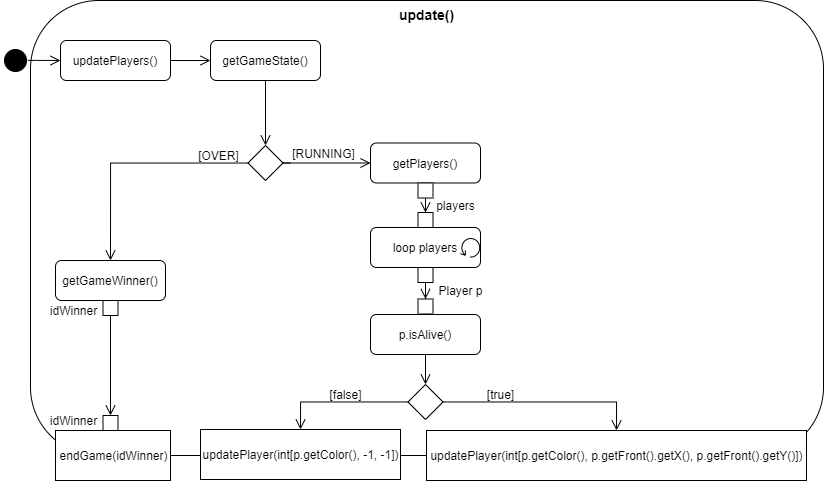
Earlier version of the draw.io export Doku/images/AD_update.png (KjellooMelloo/gameoftrons). Source tidied: cells renumbered, new cells last; positions are measured from the earlier drawing's top-left corner, leaving out a move shared by most shapes.
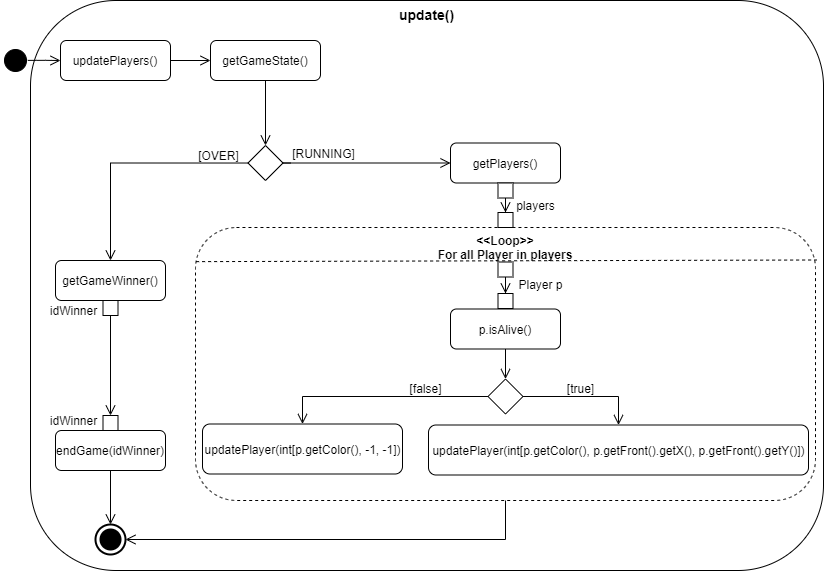
After the change.

Change to the diagram source:
```diff
@@ -3,57 +3,59 @@
     <mxCell id="0" />
     <mxCell id="1" parent="0" />
     <mxCell id="2" value="&lt;b&gt;&lt;font style=&quot;font-size: 14px&quot;&gt;update()&lt;/font&gt;&lt;/b&gt;" style="rounded=1;whiteSpace=wrap;html=1;align=center;verticalAlign=top;" parent="1" vertex="1">
-      <mxGeometry x="30" width="793" height="455" as="geometry" />
+      <mxGeometry x="30" width="793" height="570" as="geometry" />
     </mxCell>
-    <mxCell id="3" style="edgeStyle=orthogonalEdgeStyle;rounded=0;jettySize=auto;html=1;endArrow=open;endFill=0;endSize=8;" parent="1" edge="1" source="4" target="6">
-      <mxGeometry relative="1" as="geometry" />
+    <mxCell id="3" value="&lt;b&gt;&amp;lt;&amp;lt;Loop&amp;gt;&amp;gt;&lt;br&gt;For all Player in players&lt;br&gt;&lt;/b&gt;" style="shape=ext;rounded=1;html=1;whiteSpace=wrap;dashed=1;verticalAlign=top;align=center;" parent="1" vertex="1">
+      <mxGeometry x="195" y="227" width="620" height="273" as="geometry" />
     </mxCell>
-    <mxCell id="4" value="updatePlayers()" style="shape=rect;html=1;rounded=1;whiteSpace=wrap;align=center;" parent="1" vertex="1">
-      <mxGeometry x="60" y="40" width="110" height="40" as="geometry" />
+    <mxCell id="4" style="edgeStyle=orthogonalEdgeStyle;rounded=0;jettySize=auto;html=1;endArrow=open;endFill=0;endSize=8;" parent="1" edge="1" source="5" target="7">
+      <mxGeometry relative="1" as="geometry" />
     </mxCell>
-    <mxCell id="5" style="edgeStyle=orthogonalEdgeStyle;rounded=0;jettySize=auto;html=1;entryX=0.5;entryY=0;entryDx=0;entryDy=0;endArrow=open;endFill=0;endSize=8;strokeColor=#000000;" parent="1" edge="1" source="6" target="11">
-      <mxGeometry relative="1" as="geometry" />
+    <mxCell id="5" value="updatePlayers()" style="shape=rect;html=1;rounded=1;whiteSpace=wrap;align=center;" parent="1" vertex="1">
+      <mxGeometry x="60" y="40" width="110" height="40" as="geometry" />
     </mxCell>
-    <mxCell id="6" value="getGameState()" style="shape=rect;html=1;rounded=1;whiteSpace=wrap;align=center;" parent="1" vertex="1">
-      <mxGeometry x="210" y="40" width="110" height="40" as="geometry" />
+    <mxCell id="6" style="edgeStyle=orthogonalEdgeStyle;rounded=0;jettySize=auto;html=1;entryX=0.5;entryY=0;entryDx=0;entryDy=0;endArrow=open;endFill=0;endSize=8;strokeColor=#000000;" parent="1" edge="1" source="7" target="12">
+      <mxGeometry relative="1" as="geometry" />
     </mxCell>
-    <mxCell id="7" style="ellipse;html=1;shape=startState;fillColor=#000000;strokeColor=#000000;align=center;" parent="1" vertex="1">
-      <mxGeometry y="45" width="30" height="30" as="geometry" />
+    <mxCell id="7" value="getGameState()" style="shape=rect;html=1;rounded=1;whiteSpace=wrap;align=center;" parent="1" vertex="1">
+      <mxGeometry x="210" y="40" width="110" height="40" as="geometry" />
     </mxCell>
-    <mxCell id="8" style="edgeStyle=orthogonalEdgeStyle;html=1;verticalAlign=bottom;endArrow=open;endSize=8;strokeColor=#000000;entryX=0;entryY=0.5;entryDx=0;entryDy=0;exitX=0.909;exitY=0.496;exitDx=0;exitDy=0;exitPerimeter=0;" parent="1" edge="1" source="7" target="4">
-      <mxGeometry relative="1" as="geometry" />
+    <mxCell id="8" style="ellipse;html=1;shape=startState;fillColor=#000000;strokeColor=#000000;align=center;" parent="1" vertex="1">
+      <mxGeometry y="45" width="30" height="30" as="geometry" />
     </mxCell>
-    <mxCell id="9" style="edgeStyle=orthogonalEdgeStyle;rounded=0;jettySize=auto;html=1;entryX=0.5;entryY=0;entryDx=0;entryDy=0;endArrow=open;endFill=0;endSize=8;strokeColor=#000000;" parent="1" edge="1" target="13">
-      <mxGeometry relative="1" as="geometry">
-        <mxPoint x="290" y="162.5" as="sourcePoint" />
-      </mxGeometry>
+    <mxCell id="9" style="edgeStyle=orthogonalEdgeStyle;html=1;verticalAlign=bottom;endArrow=open;endSize=8;strokeColor=#000000;entryX=0;entryY=0.5;entryDx=0;entryDy=0;exitX=0.909;exitY=0.496;exitDx=0;exitDy=0;exitPerimeter=0;" parent="1" edge="1" source="8" target="5">
+      <mxGeometry relative="1" as="geometry" />
     </mxCell>
-    <mxCell id="10" style="edgeStyle=orthogonalEdgeStyle;rounded=0;jettySize=auto;html=1;entryX=0;entryY=0.5;entryDx=0;entryDy=0;endArrow=open;endFill=0;endSize=8;strokeColor=#000000;" parent="1" edge="1" source="11" target="16">
-      <mxGeometry relative="1" as="geometry" />
+    <mxCell id="10" style="edgeStyle=orthogonalEdgeStyle;rounded=0;jettySize=auto;html=1;entryX=0.5;entryY=0;entryDx=0;entryDy=0;endArrow=open;endFill=0;endSize=8;strokeColor=#000000;" parent="1" edge="1" target="14">
+      <mxGeometry relative="1" as="geometry">
+        <mxPoint x="290" y="162.5" as="sourcePoint" />
+      </mxGeometry>
     </mxCell>
-    <mxCell id="11" style="rhombus;whiteSpace=wrap;html=1;strokeColor=#000000;align=center;" parent="1" vertex="1">
-      <mxGeometry x="247.5" y="145" width="35" height="35" as="geometry" />
+    <mxCell id="11" style="edgeStyle=orthogonalEdgeStyle;rounded=0;jettySize=auto;html=1;entryX=0;entryY=0.5;entryDx=0;entryDy=0;endArrow=open;endFill=0;endSize=8;strokeColor=#000000;" parent="1" edge="1" source="12" target="16">
+      <mxGeometry relative="1" as="geometry" />
     </mxCell>
-    <mxCell id="12" style="edgeStyle=orthogonalEdgeStyle;rounded=0;jettySize=auto;html=1;endArrow=open;endFill=0;endSize=8;strokeColor=#000000;exitX=0.5;exitY=1;exitDx=0;exitDy=0;entryX=0.5;entryY=0;entryDx=0;entryDy=0;" parent="1" edge="1" source="27" target="29">
-      <mxGeometry relative="1" as="geometry" />
+    <mxCell id="12" style="rhombus;whiteSpace=wrap;html=1;strokeColor=#000000;align=center;" parent="1" vertex="1">
+      <mxGeometry x="247.5" y="145" width="35" height="35" as="geometry" />
     </mxCell>
-    <mxCell id="13" value="getGameWinner()" style="shape=rect;html=1;rounded=1;whiteSpace=wrap;align=center;" parent="1" vertex="1">
-      <mxGeometry x="55" y="260" width="110" height="40" as="geometry" />
+    <mxCell id="13" style="edgeStyle=orthogonalEdgeStyle;rounded=0;jettySize=auto;html=1;endArrow=open;endFill=0;endSize=8;strokeColor=#000000;exitX=0.5;exitY=1;exitDx=0;exitDy=0;entryX=0.5;entryY=0;entryDx=0;entryDy=0;" parent="1" edge="1" source="27" target="29">
+      <mxGeometry relative="1" as="geometry" />
     </mxCell>
-    <mxCell id="14" value="[OVER]" style="text;html=1;align=center;verticalAlign=middle;points=[];" parent="1" vertex="1">
-      <mxGeometry x="187.5" y="145" width="60" height="20" as="geometry" />
+    <mxCell id="14" value="getGameWinner()" style="shape=rect;html=1;rounded=1;whiteSpace=wrap;align=center;" parent="1" vertex="1">
+      <mxGeometry x="55" y="260" width="110" height="40" as="geometry" />
     </mxCell>
-    <mxCell id="15" value="endGame(idWinner)" style="html=1;dashed=0;whitespace=wrap;strokeColor=#000000;align=center;" parent="1" vertex="1">
-      <mxGeometry x="55" y="430" width="115" height="50" as="geometry" />
+    <mxCell id="15" value="[OVER]" style="text;html=1;align=center;verticalAlign=middle;" parent="1" vertex="1">
+      <mxGeometry x="187.5" y="145" width="60" height="20" as="geometry" />
     </mxCell>
     <mxCell id="16" value="getPlayers()" style="shape=rect;html=1;rounded=1;whiteSpace=wrap;align=center;" parent="1" vertex="1">
-      <mxGeometry x="370" y="142.5" width="110" height="40" as="geometry" />
+      <mxGeometry x="450" y="142.5" width="110" height="40" as="geometry" />
     </mxCell>
-    <mxCell id="17" style="edgeStyle=orthogonalEdgeStyle;rounded=0;jettySize=auto;html=1;endArrow=open;endFill=0;endSize=8;strokeColor=#000000;" parent="1" edge="1" source="18" target="22">
-      <mxGeometry relative="1" as="geometry" />
+    <mxCell id="17" style="edgeStyle=orthogonalEdgeStyle;rounded=0;jettySize=auto;html=1;endArrow=open;endFill=0;endSize=8;strokeColor=#000000;" parent="1" edge="1" source="18">
+      <mxGeometry relative="1" as="geometry">
+        <mxPoint x="505" y="378.5" as="targetPoint" />
+      </mxGeometry>
     </mxCell>
     <mxCell id="18" value="p.isAlive()" style="shape=rect;html=1;rounded=1;whiteSpace=wrap;align=center;" parent="1" vertex="1">
-      <mxGeometry x="370" y="314" width="110" height="40" as="geometry" />
+      <mxGeometry x="450" y="308.5" width="110" height="40" as="geometry" />
     </mxCell>
     <mxCell id="19" value="[RUNNING]" style="text;html=1;align=center;verticalAlign=middle;" parent="1" vertex="1">
       <mxGeometry x="282.5" y="142.5" width="80" height="20" as="geometry" />
@@ -64,24 +66,24 @@
     <mxCell id="21" style="edgeStyle=orthogonalEdgeStyle;rounded=0;jettySize=auto;html=1;entryX=0.5;entryY=0;entryDx=0;entryDy=0;endArrow=open;endFill=0;endSize=8;strokeColor=#000000;" parent="1" edge="1" source="22" target="25">
       <mxGeometry relative="1" as="geometry">
         <Array as="points">
-          <mxPoint x="616" y="401" />
+          <mxPoint x="618" y="395.5" />
         </Array>
       </mxGeometry>
     </mxCell>
     <mxCell id="22" style="rhombus;whiteSpace=wrap;html=1;strokeColor=#000000;align=center;" parent="1" vertex="1">
-      <mxGeometry x="407.5" y="384" width="35" height="35" as="geometry" />
+      <mxGeometry x="487.5" y="378.5" width="35" height="35" as="geometry" />
     </mxCell>
-    <mxCell id="23" value="updatePlayer(int[p.getColor(), -1, -1])" style="html=1;dashed=0;whitespace=wrap;strokeColor=#000000;align=center;" parent="1" vertex="1">
-      <mxGeometry x="200" y="429" width="200" height="50" as="geometry" />
+    <mxCell id="23" value="updatePlayer(int[p.getColor(), -1, -1])" style="html=1;dashed=0;whitespace=wrap;strokeColor=#000000;align=center;rounded=1;" parent="1" vertex="1">
+      <mxGeometry x="202" y="423.5" width="200" height="50" as="geometry" />
     </mxCell>
     <mxCell id="24" value="[false]" style="text;html=1;align=center;verticalAlign=middle;" parent="1" vertex="1">
-      <mxGeometry x="320" y="383.5" width="50" height="20" as="geometry" />
+      <mxGeometry x="400" y="378" width="50" height="20" as="geometry" />
     </mxCell>
-    <mxCell id="25" value="updatePlayer(int[p.getColor(), p.getFront().getX(), p.getFront().getY()])" style="html=1;dashed=0;whitespace=wrap;strokeColor=#000000;align=center;" parent="1" vertex="1">
-      <mxGeometry x="426" y="430" width="380" height="50" as="geometry" />
+    <mxCell id="25" value="updatePlayer(int[p.getColor(), p.getFront().getX(), p.getFront().getY()])" style="html=1;dashed=0;whitespace=wrap;strokeColor=#000000;align=center;rounded=1;" parent="1" vertex="1">
+      <mxGeometry x="428" y="424.5" width="380" height="50" as="geometry" />
     </mxCell>
     <mxCell id="26" value="[true]" style="text;html=1;align=center;verticalAlign=middle;" parent="1" vertex="1">
-      <mxGeometry x="480" y="383.5" width="40" height="20" as="geometry" />
+      <mxGeometry x="560" y="378" width="40" height="20" as="geometry" />
     </mxCell>
     <mxCell id="27" style="rounded=0;whiteSpace=wrap;html=1;strokeColor=#000000;align=center;" parent="1" vertex="1">
       <mxGeometry x="102.5" y="300" width="15" height="15" as="geometry" />
@@ -95,35 +97,44 @@
     <mxCell id="30" value="idWinner" style="text;html=1;align=center;verticalAlign=middle;" parent="1" vertex="1">
       <mxGeometry x="42.5" y="410" width="60" height="20" as="geometry" />
     </mxCell>
-    <mxCell id="31" value="loop players" style="shape=rect;html=1;rounded=1;whiteSpace=wrap;align=center;" parent="1" vertex="1">
-      <mxGeometry x="370" y="227" width="110" height="40" as="geometry" />
+    <mxCell id="31" style="edgeStyle=orthogonalEdgeStyle;rounded=0;jettySize=auto;html=1;endArrow=open;endFill=0;endSize=8;strokeColor=#000000;exitX=0.5;exitY=1;exitDx=0;exitDy=0;" parent="1" edge="1" source="32" target="33">
+      <mxGeometry relative="1" as="geometry" />
     </mxCell>
-    <mxCell id="32" style="edgeStyle=orthogonalEdgeStyle;rounded=0;jettySize=auto;html=1;endArrow=open;endFill=0;endSize=8;strokeColor=#000000;exitX=0.5;exitY=1;exitDx=0;exitDy=0;" parent="1" edge="1" source="33" target="34">
-      <mxGeometry relative="1" as="geometry" />
+    <mxCell id="32" style="rounded=0;whiteSpace=wrap;html=1;strokeColor=#000000;align=center;" parent="1" vertex="1">
+      <mxGeometry x="497.5" y="182.5" width="15" height="15" as="geometry" />
     </mxCell>
     <mxCell id="33" style="rounded=0;whiteSpace=wrap;html=1;strokeColor=#000000;align=center;" parent="1" vertex="1">
-      <mxGeometry x="417.5" y="182.5" width="15" height="15" as="geometry" />
+      <mxGeometry x="497.5" y="212" width="15" height="15" as="geometry" />
     </mxCell>
-    <mxCell id="34" style="rounded=0;whiteSpace=wrap;html=1;strokeColor=#000000;align=center;" parent="1" vertex="1">
-      <mxGeometry x="417.5" y="212" width="15" height="15" as="geometry" />
+    <mxCell id="34" value="players" style="text;html=1;align=center;verticalAlign=middle;points=[];" parent="1" vertex="1">
+      <mxGeometry x="510" y="195" width="50" height="20" as="geometry" />
     </mxCell>
-    <mxCell id="35" value="players" style="text;html=1;align=center;verticalAlign=middle;" parent="1" vertex="1">
-      <mxGeometry x="430" y="195" width="50" height="20" as="geometry" />
+    <mxCell id="35" style="edgeStyle=orthogonalEdgeStyle;rounded=0;jettySize=auto;html=1;endArrow=open;endFill=0;endSize=8;strokeColor=#000000;" parent="1" edge="1" source="36" target="37">
+      <mxGeometry relative="1" as="geometry" />
     </mxCell>
-    <mxCell id="36" style="edgeStyle=orthogonalEdgeStyle;rounded=0;jettySize=auto;html=1;endArrow=open;endFill=0;endSize=8;strokeColor=#000000;" parent="1" edge="1" source="37" target="38">
-      <mxGeometry relative="1" as="geometry" />
+    <mxCell id="36" style="rounded=0;whiteSpace=wrap;html=1;strokeColor=#000000;align=center;" parent="1" vertex="1">
+      <mxGeometry x="497.5" y="261.5" width="15" height="15" as="geometry" />
     </mxCell>
     <mxCell id="37" style="rounded=0;whiteSpace=wrap;html=1;strokeColor=#000000;align=center;" parent="1" vertex="1">
-      <mxGeometry x="417.5" y="267" width="15" height="15" as="geometry" />
+      <mxGeometry x="497.5" y="293" width="15" height="15" as="geometry" />
     </mxCell>
-    <mxCell id="38" style="rounded=0;whiteSpace=wrap;html=1;strokeColor=#000000;align=center;" parent="1" vertex="1">
-      <mxGeometry x="417.5" y="298.5" width="15" height="15" as="geometry" />
+    <mxCell id="38" value="Player p" style="text;html=1;align=center;verticalAlign=middle;points=[];" parent="1" vertex="1">
+      <mxGeometry x="510" y="274" width="60" height="20" as="geometry" />
     </mxCell>
-    <mxCell id="39" value="Player p" style="text;html=1;align=center;verticalAlign=middle;" parent="1" vertex="1">
-      <mxGeometry x="430" y="279.5" width="60" height="20" as="geometry" />
+    <mxCell id="39" style="edgeStyle=orthogonalEdgeStyle;rounded=0;jettySize=auto;html=1;entryX=0.5;entryY=0;entryDx=0;entryDy=0;entryPerimeter=0;endArrow=open;endFill=0;endSize=8;" parent="1" edge="1" source="40" target="42">
+      <mxGeometry relative="1" as="geometry" />
     </mxCell>
-    <mxCell id="40" style="shape=mxgraph.bpmn.loop;html=1;outlineConnect=0;" parent="1" vertex="1">
-      <mxGeometry x="460" y="237" width="20" height="20" as="geometry" />
+    <mxCell id="40" value="endGame(idWinner)" style="shape=rect;html=1;rounded=1;whiteSpace=wrap;align=center;" parent="1" vertex="1">
+      <mxGeometry x="55" y="430" width="110" height="40" as="geometry" />
     </mxCell>
+    <mxCell id="41" style="edgeStyle=orthogonalEdgeStyle;rounded=0;jettySize=auto;html=1;entryX=1;entryY=0.5;entryDx=0;entryDy=0;exitX=0.5;exitY=1;exitDx=0;exitDy=0;entryPerimeter=0;endArrow=open;endFill=0;endSize=8;" parent="1" edge="1" source="3" target="42">
+      <mxGeometry relative="1" as="geometry" />
+    </mxCell>
+    <mxCell id="42" style="html=1;shape=mxgraph.sysml.actFinal;strokeWidth=2;verticalLabelPosition=bottom;verticalAlignment=top;align=center;" parent="1" vertex="1">
+      <mxGeometry x="95" y="524" width="30" height="30" as="geometry" />
+    </mxCell>
+    <mxCell id="43" style="endArrow=none;dashed=1;html=1;exitX=0.001;exitY=0.125;exitDx=0;exitDy=0;exitPerimeter=0;entryX=1.002;entryY=0.119;entryDx=0;entryDy=0;entryPerimeter=0;" parent="1" edge="1" source="3" target="3">
+      <mxGeometry relative="1" as="geometry" />
+    </mxCell>
   </root>
 </mxGraphModel>
```
